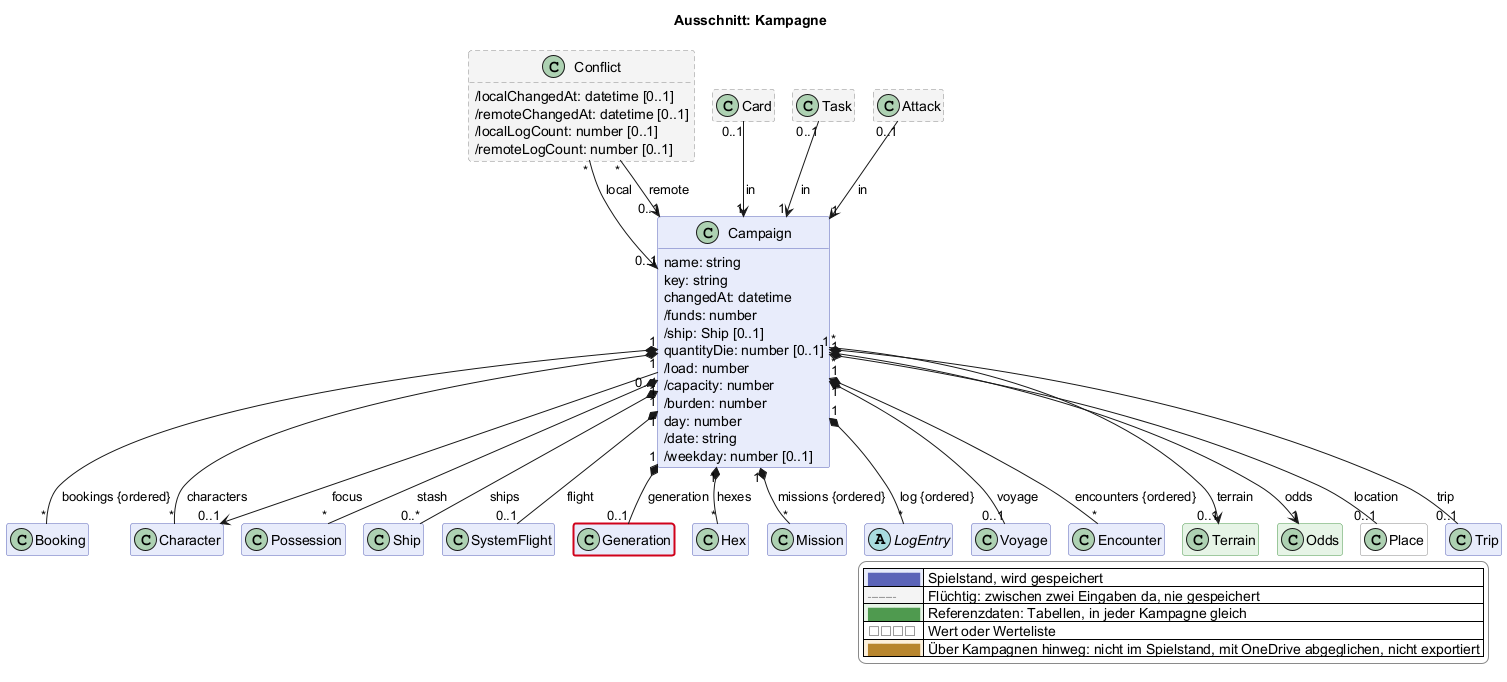
Before: docs/views/kampagne.png, a diagram exported from PlantUML (scuzzar/SRE).
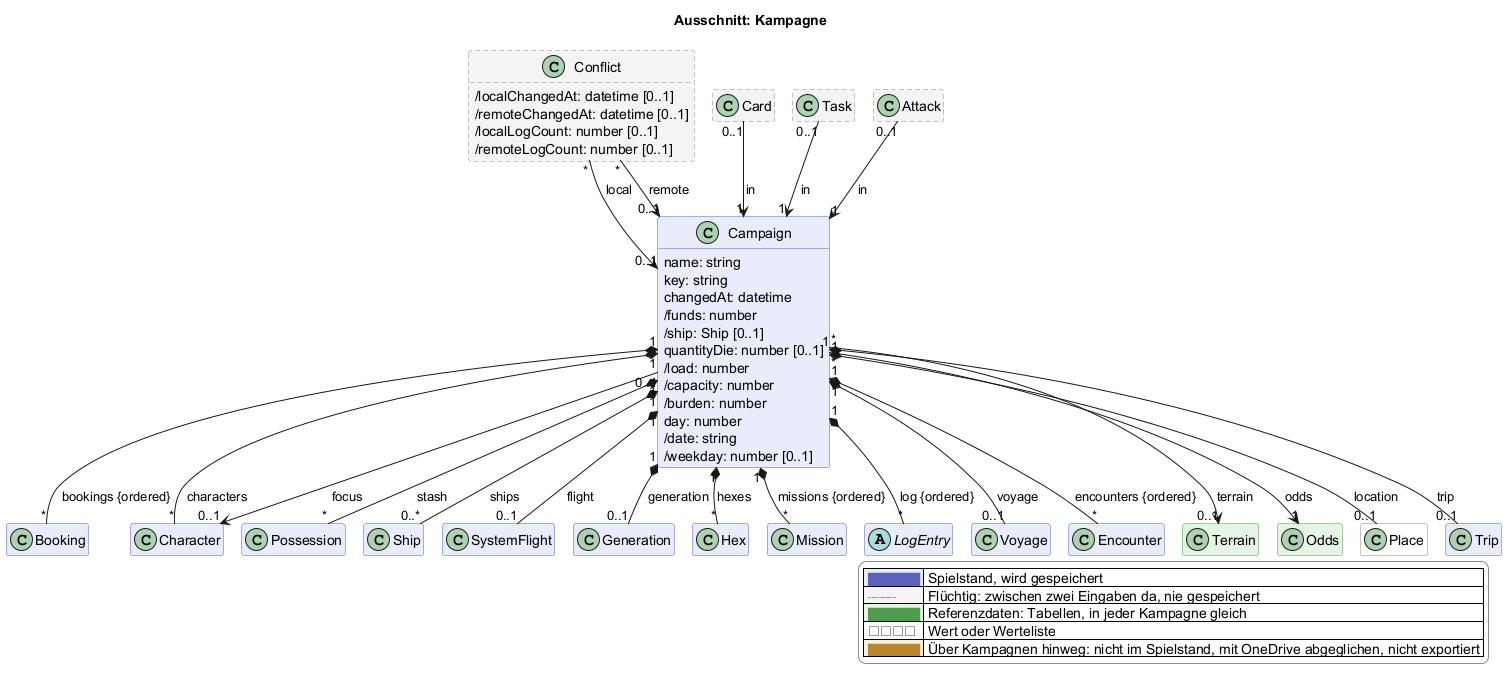
After the commit.

Change to the diagram source:
```diff
@@ -160,5 +160,4 @@
   |<#ffffff> <color:#8a8a8a>□□□□</color> | Wert oder Werteliste |
   |<#fdf1dc> <color:#b8862e>████</color> | Über Kampagnen hinweg: nicht im Spielstand, mit OneDrive abgeglichen, nicht exportiert |
 endlegend
-class Generation #line:d0021b;line.bold
 @enduml
```
